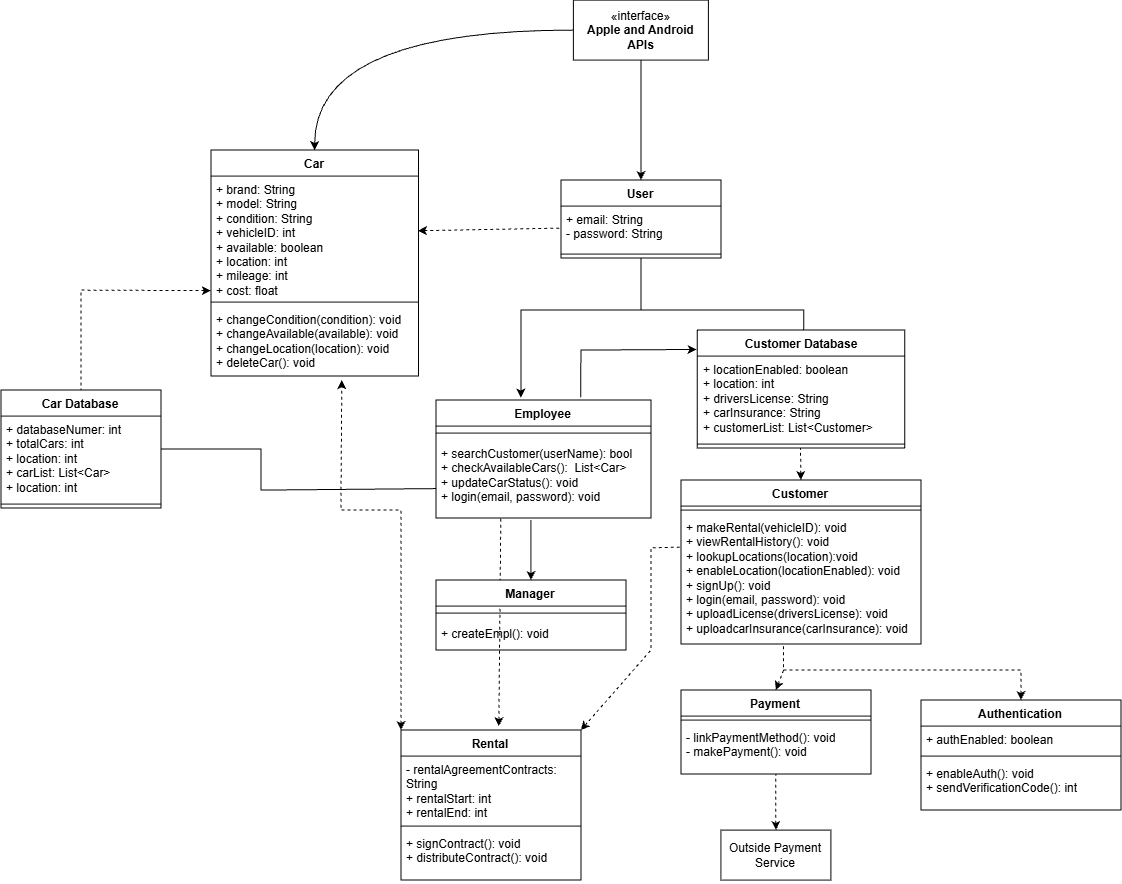
This is diagrams/UML final.png from GramaPants09/CS250-F26-Group05, a draw.io export, as it was before one commit. Source tidied: cells renumbered, new cells last; positions are measured from the earlier drawing's top-left corner, leaving out a move shared by most shapes.
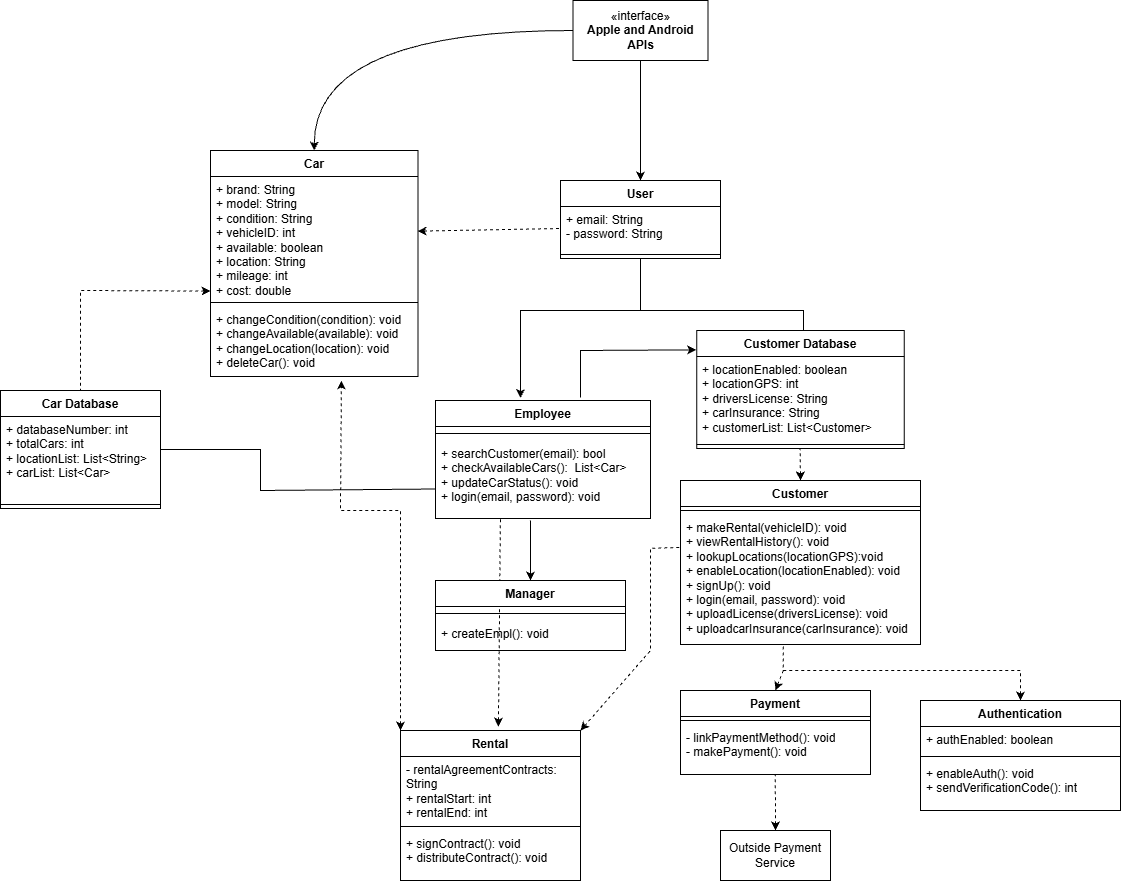
After the commit.

Commit message:
Made updates to the UML diagram.

Made updates to the UML diagram for the SDS: Test Plan assignment.

Change to the diagram source:
```diff
@@ -5,7 +5,7 @@
     <mxCell id="2" value="Car" style="swimlane;fontStyle=1;align=center;verticalAlign=top;horizontal=1;startSize=26;whiteSpace=wrap;html=1;" parent="1" vertex="1">
       <mxGeometry x="210" y="150" width="207.5" height="226" as="geometry" />
     </mxCell>
-    <mxCell id="3" value="+ brand: String&lt;div&gt;+ model: String&lt;/div&gt;&lt;div&gt;+ condition: String&lt;/div&gt;&lt;div&gt;+ vehicleID: int&lt;/div&gt;&lt;div&gt;+ available: boolean&lt;/div&gt;&lt;div&gt;+ location: int&lt;/div&gt;&lt;div&gt;+ mileage: int&lt;/div&gt;&lt;div&gt;+ cost: float&lt;/div&gt;" style="text;strokeColor=none;fillColor=none;align=left;verticalAlign=top;spacingLeft=4;spacingRight=4;overflow=hidden;points=[[0,0.5],[1,0.5]];portConstraint=eastwest;whiteSpace=wrap;html=1;" parent="2" vertex="1">
+    <mxCell id="3" value="+ brand: String&lt;div&gt;+ model: String&lt;/div&gt;&lt;div&gt;+ condition: String&lt;/div&gt;&lt;div&gt;+ vehicleID: int&lt;/div&gt;&lt;div&gt;+ available: boolean&lt;/div&gt;&lt;div&gt;+ location: String&lt;/div&gt;&lt;div&gt;+ mileage: int&lt;/div&gt;&lt;div&gt;+ cost: double&lt;/div&gt;" style="text;strokeColor=none;fillColor=none;align=left;verticalAlign=top;spacingLeft=4;spacingRight=4;overflow=hidden;points=[[0,0.5],[1,0.5]];portConstraint=eastwest;whiteSpace=wrap;html=1;" parent="2" vertex="1">
       <mxGeometry y="26" width="207.5" height="122" as="geometry" />
     </mxCell>
     <mxCell id="4" style="line;strokeWidth=1;fillColor=none;align=left;verticalAlign=middle;spacingTop=-1;spacingLeft=3;spacingRight=3;labelPosition=right;strokeColor=inherit;" parent="2" vertex="1">
@@ -38,7 +38,7 @@
     <mxCell id="13" style="line;strokeWidth=1;fillColor=none;align=left;verticalAlign=middle;spacingTop=-1;spacingLeft=3;spacingRight=3;labelPosition=right;strokeColor=inherit;" parent="12" vertex="1">
       <mxGeometry y="26" width="215" height="14" as="geometry" />
     </mxCell>
-    <mxCell id="14" value="+ searchCustomer(userName): bool&lt;div&gt;+ checkAvailableCars():&amp;nbsp;&lt;span style=&quot;background-color: transparent; color: light-dark(rgb(0, 0, 0), rgb(255, 255, 255));&quot;&gt;&amp;nbsp;&lt;/span&gt;&lt;span style=&quot;background-color: transparent; color: light-dark(rgb(0, 0, 0), rgb(255, 255, 255));&quot;&gt;List&amp;lt;Car&amp;gt;&lt;/span&gt;&lt;/div&gt;&lt;div&gt;+ updateCarStatus(): void&lt;/div&gt;&lt;div&gt;&lt;span style=&quot;background-color: transparent; color: light-dark(rgb(0, 0, 0), rgb(255, 255, 255));&quot;&gt;+ login(email, password): void&lt;/span&gt;&lt;/div&gt;&lt;div&gt;&lt;br&gt;&lt;/div&gt;" style="text;strokeColor=none;fillColor=none;align=left;verticalAlign=top;spacingLeft=4;spacingRight=4;overflow=hidden;points=[[0,0.5],[1,0.5]];portConstraint=eastwest;whiteSpace=wrap;html=1;" parent="12" vertex="1">
+    <mxCell id="14" value="+ searchCustomer(email): bool&lt;div&gt;+ checkAvailableCars():&amp;nbsp;&lt;span style=&quot;background-color: transparent; color: light-dark(rgb(0, 0, 0), rgb(255, 255, 255));&quot;&gt;&amp;nbsp;&lt;/span&gt;&lt;span style=&quot;background-color: transparent; color: light-dark(rgb(0, 0, 0), rgb(255, 255, 255));&quot;&gt;List&amp;lt;Car&amp;gt;&lt;/span&gt;&lt;/div&gt;&lt;div&gt;+ updateCarStatus(): void&lt;/div&gt;&lt;div&gt;&lt;span style=&quot;background-color: transparent; color: light-dark(rgb(0, 0, 0), rgb(255, 255, 255));&quot;&gt;+ login(email, password): void&lt;/span&gt;&lt;/div&gt;&lt;div&gt;&lt;br&gt;&lt;/div&gt;" style="text;strokeColor=none;fillColor=none;align=left;verticalAlign=top;spacingLeft=4;spacingRight=4;overflow=hidden;points=[[0,0.5],[1,0.5]];portConstraint=eastwest;whiteSpace=wrap;html=1;" parent="12" vertex="1">
       <mxGeometry y="40" width="215" height="78" as="geometry" />
     </mxCell>
     <mxCell id="15" value="Authentication" style="swimlane;fontStyle=1;align=center;verticalAlign=top;horizontal=1;startSize=26;whiteSpace=wrap;html=1;" parent="1" vertex="1">
@@ -80,7 +80,7 @@
     <mxCell id="23" style="line;strokeWidth=1;fillColor=none;align=left;verticalAlign=middle;spacingTop=-1;spacingLeft=3;spacingRight=3;labelPosition=right;strokeColor=inherit;" parent="22" vertex="1">
       <mxGeometry y="26" width="240" height="8" as="geometry" />
     </mxCell>
-    <mxCell id="24" value="+ makeRental(vehicleID): void&lt;div&gt;+ viewRentalHistory(): void&lt;/div&gt;&lt;div&gt;+ lookupLocations(location):void&lt;/div&gt;&lt;div&gt;+ enableLocation(&lt;span style=&quot;background-color: transparent; color: light-dark(rgb(0, 0, 0), rgb(255, 255, 255));&quot;&gt;locationEnabled&lt;/span&gt;&lt;span style=&quot;background-color: transparent; color: light-dark(rgb(0, 0, 0), rgb(255, 255, 255));&quot;&gt;): void&lt;/span&gt;&lt;/div&gt;&lt;div&gt;+ signUp(): void&lt;div&gt;+ login(email, password): void&lt;/div&gt;&lt;/div&gt;&lt;div&gt;+ uploadLicense(driversLicense): void&lt;/div&gt;&lt;div&gt;+ uploadcarInsurance(carInsurance): void&lt;/div&gt;" style="text;strokeColor=none;fillColor=none;align=left;verticalAlign=top;spacingLeft=4;spacingRight=4;overflow=hidden;points=[[0,0.5],[1,0.5]];portConstraint=eastwest;whiteSpace=wrap;html=1;" parent="22" vertex="1">
+    <mxCell id="24" value="+ makeRental(vehicleID): void&lt;div&gt;+ viewRentalHistory(): void&lt;/div&gt;&lt;div&gt;+ lookupLocations(locationGPS):void&lt;/div&gt;&lt;div&gt;+ enableLocation(&lt;span style=&quot;background-color: transparent; color: light-dark(rgb(0, 0, 0), rgb(255, 255, 255));&quot;&gt;locationEnabled&lt;/span&gt;&lt;span style=&quot;background-color: transparent; color: light-dark(rgb(0, 0, 0), rgb(255, 255, 255));&quot;&gt;): void&lt;/span&gt;&lt;/div&gt;&lt;div&gt;+ signUp(): void&lt;div&gt;+ login(email, password): void&lt;/div&gt;&lt;/div&gt;&lt;div&gt;+ uploadLicense(driversLicense): void&lt;/div&gt;&lt;div&gt;+ uploadcarInsurance(carInsurance): void&lt;/div&gt;" style="text;strokeColor=none;fillColor=none;align=left;verticalAlign=top;spacingLeft=4;spacingRight=4;overflow=hidden;points=[[0,0.5],[1,0.5]];portConstraint=eastwest;whiteSpace=wrap;html=1;" parent="22" vertex="1">
       <mxGeometry y="34" width="240" height="130" as="geometry" />
     </mxCell>
     <mxCell id="25" style="endArrow=none;dashed=1;html=1;rounded=0;entryX=0.428;entryY=1.012;entryDx=0;entryDy=0;entryPerimeter=0;exitX=0.5;exitY=0;exitDx=0;exitDy=0;startArrow=classic;startFill=1;" parent="1" edge="1" source="9" target="24">
@@ -147,7 +147,7 @@
     <mxCell id="39" value="Car Database" style="swimlane;fontStyle=1;align=center;verticalAlign=top;horizontal=1;startSize=26;whiteSpace=wrap;html=1;" parent="1" vertex="1">
       <mxGeometry y="390" width="160" height="118" as="geometry" />
     </mxCell>
-    <mxCell id="40" value="&lt;div&gt;+ databaseNumer: int&lt;/div&gt;&lt;div&gt;+ totalCars: int&lt;/div&gt;&lt;div&gt;+ location: int&lt;/div&gt;&lt;div&gt;+ carList: List&amp;lt;Car&amp;gt;&lt;/div&gt;&lt;div&gt;+ location: int&lt;/div&gt;" style="text;strokeColor=none;fillColor=none;align=left;verticalAlign=top;spacingLeft=4;spacingRight=4;overflow=hidden;points=[[0,0.5],[1,0.5]];portConstraint=eastwest;whiteSpace=wrap;html=1;" parent="39" vertex="1">
+    <mxCell id="40" value="&lt;div&gt;+ databaseNumber: int&lt;/div&gt;&lt;div&gt;+ totalCars: int&lt;/div&gt;&lt;div&gt;+ locationList: List&amp;lt;String&amp;gt;&lt;/div&gt;&lt;div&gt;+ carList: List&amp;lt;Car&amp;gt;&lt;/div&gt;&lt;div&gt;&lt;br&gt;&lt;/div&gt;" style="text;strokeColor=none;fillColor=none;align=left;verticalAlign=top;spacingLeft=4;spacingRight=4;overflow=hidden;points=[[0,0.5],[1,0.5]];portConstraint=eastwest;whiteSpace=wrap;html=1;" parent="39" vertex="1">
       <mxGeometry y="26" width="160" height="84" as="geometry" />
     </mxCell>
     <mxCell id="41" style="line;strokeWidth=1;fillColor=none;align=left;verticalAlign=middle;spacingTop=-1;spacingLeft=3;spacingRight=3;labelPosition=right;strokeColor=inherit;" parent="39" vertex="1">
@@ -171,7 +171,7 @@
     <mxCell id="44" value="Customer Database" style="swimlane;fontStyle=1;align=center;verticalAlign=top;horizontal=1;startSize=26;whiteSpace=wrap;html=1;" parent="1" vertex="1">
       <mxGeometry x="696.2" y="330" width="207.5" height="118" as="geometry" />
     </mxCell>
-    <mxCell id="45" value="+ locationEnabled: boolean&lt;div&gt;+ location: int&lt;/div&gt;&lt;div&gt;+ driversLicense: String&lt;/div&gt;&lt;div&gt;&lt;span style=&quot;background-color: transparent; color: light-dark(rgb(0, 0, 0), rgb(255, 255, 255));&quot;&gt;+ carInsurance: String&lt;/span&gt;&lt;/div&gt;&lt;div&gt;&lt;span style=&quot;background-color: transparent; color: light-dark(rgb(0, 0, 0), rgb(255, 255, 255));&quot;&gt;+ customerList: List&amp;lt;Customer&amp;gt;&lt;/span&gt;&lt;/div&gt;&lt;div&gt;&lt;br&gt;&lt;/div&gt;" style="text;strokeColor=none;fillColor=none;align=left;verticalAlign=top;spacingLeft=4;spacingRight=4;overflow=hidden;whiteSpace=wrap;html=1;" parent="44" vertex="1">
+    <mxCell id="45" value="+ locationEnabled: boolean&lt;div&gt;+ locationGPS: int&lt;/div&gt;&lt;div&gt;+ driversLicense: String&lt;/div&gt;&lt;div&gt;&lt;span style=&quot;background-color: transparent; color: light-dark(rgb(0, 0, 0), rgb(255, 255, 255));&quot;&gt;+ carInsurance: String&lt;/span&gt;&lt;/div&gt;&lt;div&gt;&lt;span style=&quot;background-color: transparent; color: light-dark(rgb(0, 0, 0), rgb(255, 255, 255));&quot;&gt;+ customerList: List&amp;lt;Customer&amp;gt;&lt;/span&gt;&lt;/div&gt;&lt;div&gt;&lt;br&gt;&lt;/div&gt;" style="text;strokeColor=none;fillColor=none;align=left;verticalAlign=top;spacingLeft=4;spacingRight=4;overflow=hidden;whiteSpace=wrap;html=1;" parent="44" vertex="1">
       <mxGeometry y="26" width="207.5" height="84" as="geometry" />
     </mxCell>
     <mxCell id="46" style="line;strokeWidth=1;fillColor=none;align=left;verticalAlign=middle;spacingTop=-1;spacingLeft=3;spacingRight=3;labelPosition=right;strokeColor=inherit;" parent="44" vertex="1">
```
